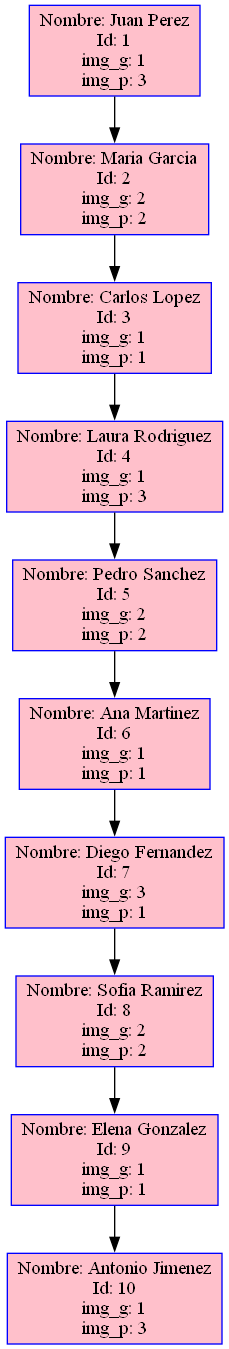
Samashoas/EDD_PROYECTO_202109705 keeps this Graphviz diagram as EDD_F1/cola.dot.png. Above is the earlier version. Its source is kept beside it as EDD_F1/cola.dot.
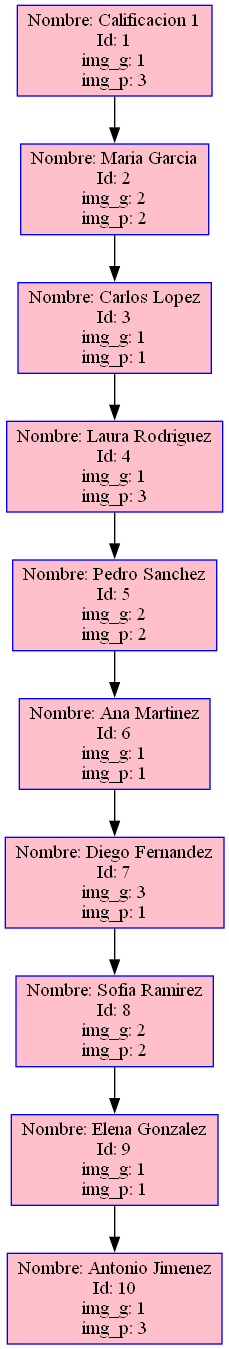
After the change.

Change to the diagram source:
```diff
@@ -1,6 +1,6 @@
  digraph Queue {
      node [shape=box, style=filled, color=blue, fillcolor=pink];
-    "Node1" [label="Nombre: Juan Perez\nId: 1\nimg_g: 1\nimg_p: 3"];
+    "Node1" [label="Nombre: Calificacion 1\nId: 1\nimg_g: 1\nimg_p: 3"];
     "Node1" -> "Node2";
     "Node2" [label="Nombre: Maria Garcia\nId: 2\nimg_g: 2\nimg_p: 2"];
     "Node2" -> "Node3";
```
